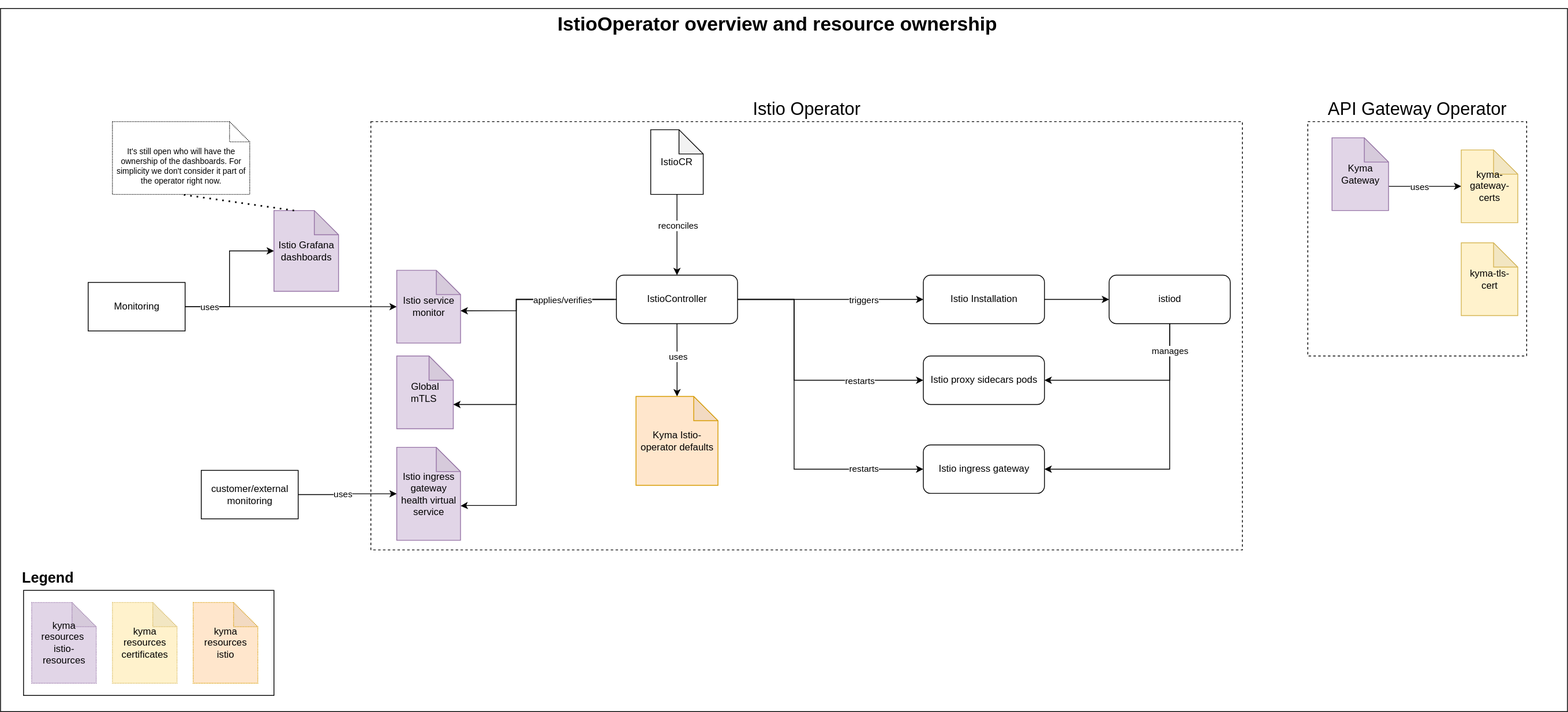
Above: docs/istio-operator-overview.svg in kyma-project/istio (draw.io), before the change. Source tidied: cells renumbered, new cells last; positions are measured from the earlier drawing's top-left corner, leaving out a move shared by most shapes.
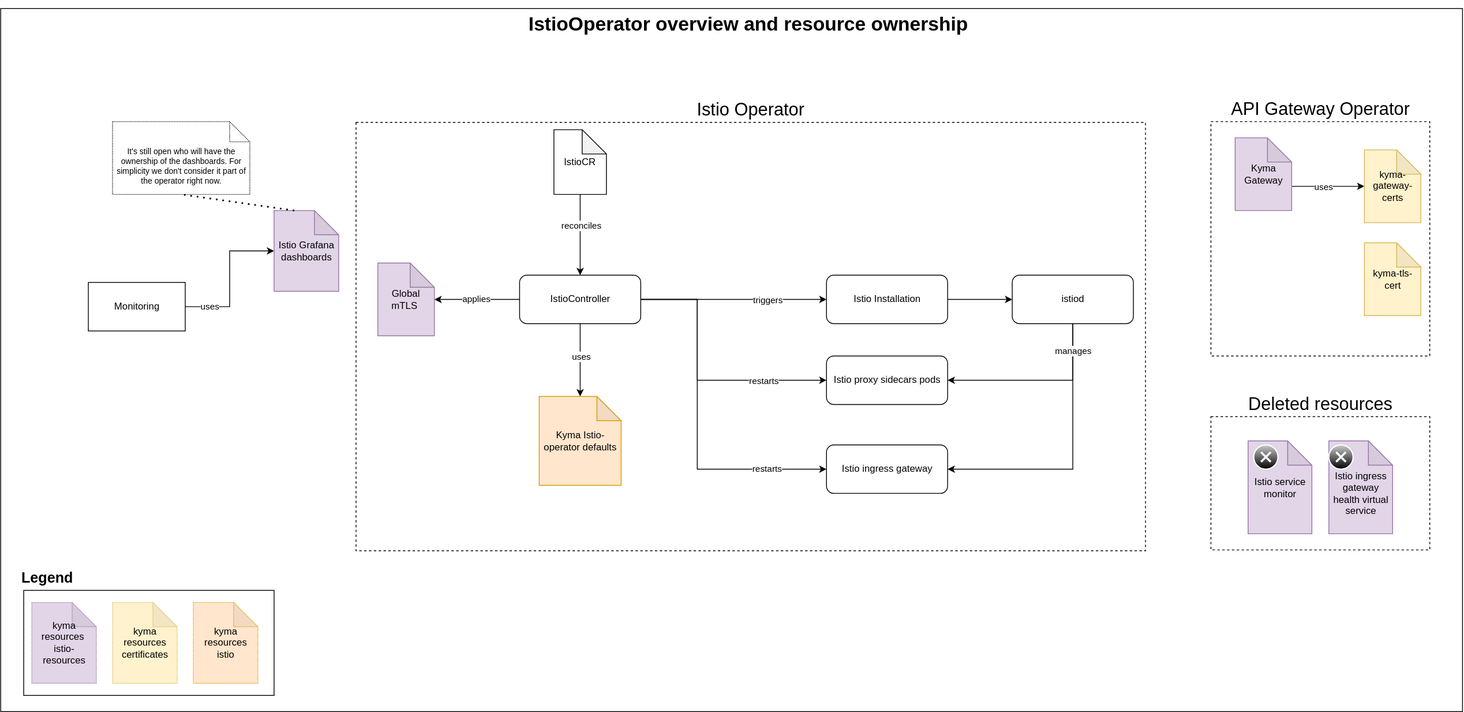
After the change.

Commit message:
Update operator overview to reflect changes to the monitoring resources

Change to the diagram source:
```diff
@@ -3,17 +3,14 @@
     <mxCell id="0" />
     <mxCell id="1" parent="0" />
     <mxCell id="2" style="rounded=0;whiteSpace=wrap;html=1;fillColor=none;" parent="1" vertex="1">
-      <mxGeometry width="1940" height="870" as="geometry" />
+      <mxGeometry width="1810" height="870" as="geometry" />
     </mxCell>
-    <mxCell id="3" style="edgeStyle=orthogonalEdgeStyle;rounded=0;jettySize=auto;html=1;entryX=0;entryY=0.5;entryDx=0;entryDy=0;entryPerimeter=0;" parent="1" edge="1" source="13" target="9">
-      <mxGeometry relative="1" as="geometry" />
-    </mxCell>
+    <mxCell id="5" value="Istio Operator" style="rounded=0;whiteSpace=wrap;html=1;fillColor=none;labelPosition=center;verticalLabelPosition=top;align=center;verticalAlign=bottom;fontSize=22;dashed=1;" parent="1" vertex="1">
+      <mxGeometry x="440" y="141" width="977.5" height="530" as="geometry" />
+    </mxCell>
     <mxCell id="4" value="API Gateway Operator" style="rounded=0;whiteSpace=wrap;html=1;fillColor=none;labelPosition=center;verticalLabelPosition=top;align=center;verticalAlign=bottom;dashed=1;fontSize=22;" parent="1" vertex="1">
-      <mxGeometry x="1618.5" y="140" width="271" height="290" as="geometry" />
+      <mxGeometry x="1498.5" y="140" width="271" height="290" as="geometry" />
     </mxCell>
-    <mxCell id="5" value="Istio Operator" style="rounded=0;whiteSpace=wrap;html=1;fillColor=none;labelPosition=center;verticalLabelPosition=top;align=center;verticalAlign=bottom;fontSize=22;dashed=1;" parent="1" vertex="1">
-      <mxGeometry x="458.5" y="140" width="1079" height="530" as="geometry" />
-    </mxCell>
     <mxCell id="6" style="edgeStyle=orthogonalEdgeStyle;rounded=0;jettySize=auto;html=1;entryX=1;entryY=0.5;entryDx=0;entryDy=0;startArrow=classic;startFill=1;endArrow=none;endFill=0;" parent="1" edge="1" source="33" target="13">
       <mxGeometry relative="1" as="geometry" />
     </mxCell>
@@ -22,45 +19,20 @@
         <mxPoint x="-26" y="15" as="offset" />
       </mxGeometry>
     </mxCell>
-    <mxCell id="8" value="Global mTLS&amp;nbsp;" style="shape=note;whiteSpace=wrap;html=1;backgroundOutline=1;darkOpacity=0.05;fillColor=#e1d5e7;strokeColor=#9673a6;" parent="1" vertex="1">
-      <mxGeometry x="490.5" y="430" width="70" height="90" as="geometry" />
-    </mxCell>
     <mxCell id="9" value="Istio service monitor" style="shape=note;whiteSpace=wrap;html=1;backgroundOutline=1;darkOpacity=0.05;fillColor=#e1d5e7;strokeColor=#9673a6;" parent="1" vertex="1">
-      <mxGeometry x="490.5" y="324" width="79" height="90" as="geometry" />
+      <mxGeometry x="1544.5" y="535" width="79" height="115" as="geometry" />
     </mxCell>
-    <mxCell id="10" style="edgeStyle=orthogonalEdgeStyle;rounded=0;jettySize=auto;html=1;entryX=1;entryY=0.5;entryDx=0;entryDy=0;fontSize=22;startArrow=classic;startFill=1;endArrow=none;endFill=0;" parent="1" edge="1" source="12" target="34">
-      <mxGeometry relative="1" as="geometry" />
-    </mxCell>
-    <mxCell id="11" value="uses" style="edgeLabel;html=1;align=center;verticalAlign=middle;fontSize=11;" parent="10" vertex="1">
-      <mxGeometry x="0.11" y="-1" relative="1" as="geometry" />
-    </mxCell>
-    <mxCell id="12" value="Istio ingress gateway health virtual service" style="shape=note;whiteSpace=wrap;html=1;backgroundOutline=1;darkOpacity=0.05;fillColor=#e1d5e7;strokeColor=#9673a6;" parent="1" vertex="1">
-      <mxGeometry x="490.5" y="543" width="79" height="115" as="geometry" />
+    <mxCell id="12" value="&lt;br&gt;Istio ingress gateway health virtual service" style="shape=note;whiteSpace=wrap;html=1;backgroundOutline=1;darkOpacity=0.05;fillColor=#e1d5e7;strokeColor=#9673a6;" parent="1" vertex="1">
+      <mxGeometry x="1644.5" y="535" width="79" height="115" as="geometry" />
     </mxCell>
     <mxCell id="13" value="Monitoring" style="whiteSpace=wrap;html=1;" parent="1" vertex="1">
       <mxGeometry x="108.5" y="339" width="120" height="60" as="geometry" />
     </mxCell>
-    <mxCell id="14" style="edgeStyle=orthogonalEdgeStyle;rounded=0;jettySize=auto;html=1;entryX=0;entryY=0;entryDx=70;entryDy=60;entryPerimeter=0;" parent="1" edge="1" target="8">
-      <mxGeometry relative="1" as="geometry">
-        <mxPoint x="759.5" y="360" as="sourcePoint" />
-        <Array as="points">
-          <mxPoint x="638.5" y="360" />
-          <mxPoint x="638.5" y="490" />
-        </Array>
-      </mxGeometry>
-    </mxCell>
-    <mxCell id="15" style="edgeStyle=orthogonalEdgeStyle;rounded=0;jettySize=auto;html=1;entryX=0;entryY=0;entryDx=78.95;entryDy=72.5;entryPerimeter=0;" parent="1" edge="1" target="12">
-      <mxGeometry relative="1" as="geometry">
-        <mxPoint x="765.5" y="360" as="sourcePoint" />
-        <Array as="points">
-          <mxPoint x="638.5" y="360" />
-          <mxPoint x="638.5" y="615" />
-          <mxPoint x="578.5" y="615" />
-        </Array>
-      </mxGeometry>
-    </mxCell>
+    <mxCell id="53" value="applies" style="edgeStyle=orthogonalEdgeStyle;rounded=0;jettySize=auto;html=1;" parent="1" edge="1" source="16" target="8">
+      <mxGeometry relative="1" as="geometry" />
+    </mxCell>
     <mxCell id="16" value="IstioController" style="rounded=1;whiteSpace=wrap;html=1;" parent="1" vertex="1">
-      <mxGeometry x="762.5" y="330" width="150" height="60" as="geometry" />
+      <mxGeometry x="642.5" y="330" width="150" height="60" as="geometry" />
     </mxCell>
     <mxCell id="17" style="edgeStyle=orthogonalEdgeStyle;rounded=0;jettySize=auto;html=1;entryX=0.5;entryY=0;entryDx=0;entryDy=0;" parent="1" edge="1" source="19" target="16">
       <mxGeometry relative="1" as="geometry" />
@@ -69,10 +41,10 @@
       <mxGeometry x="-0.24" y="1" relative="1" as="geometry" />
     </mxCell>
     <mxCell id="19" value="IstioCR" style="shape=note;whiteSpace=wrap;html=1;backgroundOutline=1;darkOpacity=0.05;" parent="1" vertex="1">
-      <mxGeometry x="805" y="150" width="65" height="80" as="geometry" />
+      <mxGeometry x="685" y="150" width="65" height="80" as="geometry" />
     </mxCell>
     <mxCell id="20" value="Istio Installation" style="rounded=1;whiteSpace=wrap;html=1;" parent="1" vertex="1">
-      <mxGeometry x="1142.5" y="330" width="150" height="60" as="geometry" />
+      <mxGeometry x="1022.5" y="330" width="150" height="60" as="geometry" />
     </mxCell>
     <mxCell id="21" style="edgeStyle=orthogonalEdgeStyle;rounded=0;jettySize=auto;html=1;entryX=0;entryY=0.5;entryDx=0;entryDy=0;" parent="1" edge="1" source="16" target="20">
       <mxGeometry relative="1" as="geometry" />
@@ -83,13 +55,13 @@
       </mxGeometry>
     </mxCell>
     <mxCell id="23" value="Istio proxy sidecars pods" style="rounded=1;whiteSpace=wrap;html=1;" parent="1" vertex="1">
-      <mxGeometry x="1142.5" y="430" width="150" height="60" as="geometry" />
+      <mxGeometry x="1022.5" y="430" width="150" height="60" as="geometry" />
     </mxCell>
     <mxCell id="24" style="edgeStyle=orthogonalEdgeStyle;rounded=0;jettySize=auto;html=1;entryX=0;entryY=0.5;entryDx=0;entryDy=0;" parent="1" edge="1" source="16" target="23">
       <mxGeometry relative="1" as="geometry">
         <Array as="points">
-          <mxPoint x="982.5" y="360" />
-          <mxPoint x="982.5" y="460" />
+          <mxPoint x="862.5" y="360" />
+          <mxPoint x="862.5" y="460" />
         </Array>
       </mxGeometry>
     </mxCell>
@@ -97,27 +69,27 @@
       <mxGeometry x="0.52" relative="1" as="geometry" />
     </mxCell>
     <mxCell id="26" value="Istio ingress gateway" style="rounded=1;whiteSpace=wrap;html=1;" parent="1" vertex="1">
-      <mxGeometry x="1142.5" y="540" width="150" height="60" as="geometry" />
+      <mxGeometry x="1022.5" y="540" width="150" height="60" as="geometry" />
     </mxCell>
     <mxCell id="27" value="restarts" style="edgeStyle=orthogonalEdgeStyle;rounded=0;jettySize=auto;html=1;entryX=0;entryY=0.5;entryDx=0;entryDy=0;" parent="1" edge="1" source="16" target="26">
       <mxGeometry x="0.66" relative="1" as="geometry">
         <Array as="points">
-          <mxPoint x="982.5" y="360" />
-          <mxPoint x="982.5" y="570" />
+          <mxPoint x="862.5" y="360" />
+          <mxPoint x="862.5" y="570" />
         </Array>
       </mxGeometry>
     </mxCell>
     <mxCell id="28" style="edgeStyle=orthogonalEdgeStyle;rounded=0;jettySize=auto;html=1;entryX=1;entryY=0.5;entryDx=0;entryDy=0;" parent="1" edge="1" source="31" target="23">
       <mxGeometry relative="1" as="geometry">
         <Array as="points">
-          <mxPoint x="1447.5" y="460" />
+          <mxPoint x="1327.5" y="460" />
         </Array>
       </mxGeometry>
     </mxCell>
     <mxCell id="29" style="edgeStyle=orthogonalEdgeStyle;rounded=0;jettySize=auto;html=1;entryX=1;entryY=0.5;entryDx=0;entryDy=0;" parent="1" edge="1" source="31" target="26">
       <mxGeometry relative="1" as="geometry">
         <Array as="points">
-          <mxPoint x="1447.5" y="570" />
+          <mxPoint x="1327.5" y="570" />
         </Array>
       </mxGeometry>
     </mxCell>
@@ -125,7 +97,7 @@
       <mxGeometry x="-0.8" relative="1" as="geometry" />
     </mxCell>
     <mxCell id="31" value="istiod" style="rounded=1;whiteSpace=wrap;html=1;" parent="1" vertex="1">
-      <mxGeometry x="1372.5" y="330" width="150" height="60" as="geometry" />
+      <mxGeometry x="1252.5" y="330" width="150" height="60" as="geometry" />
     </mxCell>
     <mxCell id="32" style="edgeStyle=orthogonalEdgeStyle;rounded=0;jettySize=auto;html=1;" parent="1" edge="1" source="20" target="31">
       <mxGeometry relative="1" as="geometry" />
@@ -133,9 +105,6 @@
     <mxCell id="33" value="Istio Grafana dashboards" style="shape=note;whiteSpace=wrap;html=1;backgroundOutline=1;darkOpacity=0.05;fillColor=#e1d5e7;strokeColor=#9673a6;" parent="1" vertex="1">
       <mxGeometry x="338.5" y="250" width="80" height="100" as="geometry" />
     </mxCell>
-    <mxCell id="34" value="customer/external monitoring" style="whiteSpace=wrap;html=1;" parent="1" vertex="1">
-      <mxGeometry x="248.5" y="571.5" width="120" height="60" as="geometry" />
-    </mxCell>
     <mxCell id="35" style="edgeStyle=orthogonalEdgeStyle;rounded=0;jettySize=auto;html=1;entryX=0;entryY=0;entryDx=70;entryDy=60;entryPerimeter=0;fontSize=22;startArrow=classic;startFill=1;endArrow=none;endFill=0;" parent="1" edge="1" source="37" target="49">
       <mxGeometry relative="1" as="geometry" />
     </mxCell>
@@ -143,24 +112,11 @@
       <mxGeometry x="0.17" relative="1" as="geometry" />
     </mxCell>
     <mxCell id="37" value="kyma-gateway-certs" style="shape=note;whiteSpace=wrap;html=1;backgroundOutline=1;darkOpacity=0.05;fillColor=#fff2cc;strokeColor=#d6b656;" parent="1" vertex="1">
-      <mxGeometry x="1808.5" y="175" width="70" height="90" as="geometry" />
+      <mxGeometry x="1688.5" y="175" width="70" height="90" as="geometry" />
     </mxCell>
     <mxCell id="38" value="kyma-tls-cert" style="shape=note;whiteSpace=wrap;html=1;backgroundOutline=1;darkOpacity=0.05;fillColor=#fff2cc;strokeColor=#d6b656;" parent="1" vertex="1">
-      <mxGeometry x="1808.5" y="290" width="70" height="90" as="geometry" />
+      <mxGeometry x="1688.5" y="290" width="70" height="90" as="geometry" />
     </mxCell>
-    <mxCell id="39" style="edgeStyle=orthogonalEdgeStyle;rounded=0;jettySize=auto;html=1;entryX=1;entryY=0.556;entryDx=0;entryDy=0;entryPerimeter=0;" parent="1" edge="1" source="16" target="9">
-      <mxGeometry relative="1" as="geometry">
-        <Array as="points">
-          <mxPoint x="638.5" y="360" />
-          <mxPoint x="638.5" y="374" />
-        </Array>
-      </mxGeometry>
-    </mxCell>
-    <mxCell id="40" value="applies/verifies" style="edgeLabel;html=1;align=center;verticalAlign=middle;" parent="39" vertex="1">
-      <mxGeometry x="-0.63" y="-2" relative="1" as="geometry">
-        <mxPoint x="-28" y="2" as="offset" />
-      </mxGeometry>
-    </mxCell>
     <mxCell id="41" style="edgeStyle=orthogonalEdgeStyle;rounded=0;jettySize=auto;html=1;entryX=0.5;entryY=1;entryDx=0;entryDy=0;startArrow=classic;startFill=1;endArrow=none;endFill=0;" parent="1" edge="1" source="43" target="16">
       <mxGeometry relative="1" as="geometry" />
     </mxCell>
@@ -168,7 +124,7 @@
       <mxGeometry x="0.12" y="-1" relative="1" as="geometry" />
     </mxCell>
     <mxCell id="43" value="Kyma Istio-operator defaults" style="shape=note;whiteSpace=wrap;html=1;backgroundOutline=1;darkOpacity=0.05;fillColor=#ffe6cc;strokeColor=#d79b00;" parent="1" vertex="1">
-      <mxGeometry x="786.8" y="480" width="101.5" height="110" as="geometry" />
+      <mxGeometry x="666.8" y="480" width="101.5" height="110" as="geometry" />
     </mxCell>
     <mxCell id="44" value="kyma resources&amp;nbsp; istio-resources" style="shape=note;whiteSpace=wrap;html=1;backgroundOutline=1;darkOpacity=0.05;dashed=1;dashPattern=1 1;fillColor=#e1d5e7;strokeColor=#9673a6;" parent="1" vertex="1">
       <mxGeometry x="38.5" y="735" width="80" height="100" as="geometry" />
@@ -186,7 +142,7 @@
       <mxGeometry x="138.5" y="735" width="80" height="100" as="geometry" />
     </mxCell>
     <mxCell id="49" value="Kyma Gateway" style="shape=note;whiteSpace=wrap;html=1;backgroundOutline=1;darkOpacity=0.05;fillColor=#e1d5e7;strokeColor=#9673a6;" parent="1" vertex="1">
-      <mxGeometry x="1648.5" y="160" width="70" height="90" as="geometry" />
+      <mxGeometry x="1528.5" y="160" width="70" height="90" as="geometry" />
     </mxCell>
     <mxCell id="50" style="rounded=0;whiteSpace=wrap;html=1;fillColor=none;" parent="1" vertex="1">
       <mxGeometry x="28.5" y="720" width="310" height="130" as="geometry" />
@@ -195,7 +151,19 @@
       <mxGeometry x="238.5" y="735" width="80" height="100" as="geometry" />
     </mxCell>
     <mxCell id="52" value="&lt;h1&gt;IstioOperator overview and resource ownership&lt;/h1&gt;" style="text;html=1;strokeColor=none;fillColor=none;spacing=5;spacingTop=-20;whiteSpace=wrap;overflow=hidden;rounded=0;" parent="1" vertex="1">
-      <mxGeometry x="685" width="560" height="50" as="geometry" />
+      <mxGeometry x="648.8" width="560" height="50" as="geometry" />
     </mxCell>
+    <mxCell id="8" value="Global mTLS&amp;nbsp;" style="shape=note;whiteSpace=wrap;html=1;backgroundOutline=1;darkOpacity=0.05;fillColor=#e1d5e7;strokeColor=#9673a6;" parent="1" vertex="1">
+      <mxGeometry x="467" y="315" width="70" height="90" as="geometry" />
+    </mxCell>
+    <mxCell id="54" style="verticalLabelPosition=bottom;verticalAlign=top;html=1;shadow=0;dashed=0;strokeWidth=1;shape=mxgraph.ios.iDeleteApp;fillColor=#cccccc;fillColor2=#000000;strokeColor=#ffffff;sketch=0;" parent="1" vertex="1">
+      <mxGeometry x="1551.5" y="540" width="30" height="30" as="geometry" />
+    </mxCell>
+    <mxCell id="55" style="verticalLabelPosition=bottom;verticalAlign=top;html=1;shadow=0;dashed=0;strokeWidth=1;shape=mxgraph.ios.iDeleteApp;fillColor=#cccccc;fillColor2=#000000;strokeColor=#ffffff;sketch=0;" parent="1" vertex="1">
+      <mxGeometry x="1644.5" y="540" width="30" height="30" as="geometry" />
+    </mxCell>
+    <mxCell id="56" value="Deleted resources" style="rounded=0;whiteSpace=wrap;html=1;fillColor=none;labelPosition=center;verticalLabelPosition=top;align=center;verticalAlign=bottom;dashed=1;fontSize=22;" parent="1" vertex="1">
+      <mxGeometry x="1498.5" y="505" width="271" height="165" as="geometry" />
+    </mxCell>
   </root>
 </mxGraphModel>
```
